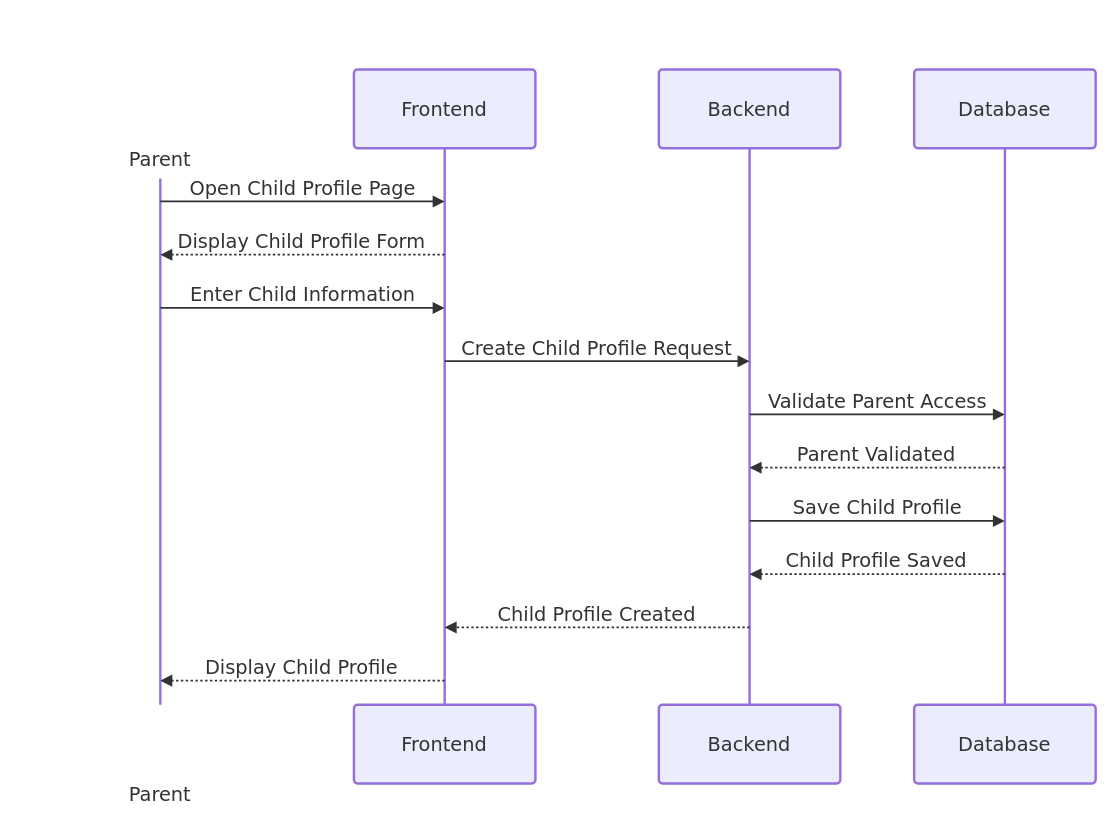
This is docs/requirements/SequenceDiagram/SequenceDiagram_CreateChildProfile_MVP_v1.0.drawio from khodadadipoone-boop/-Maniarverse-, a draw.io file, before an edit. Source tidied: cells renumbered, new cells numbered last; positions are measured from the earlier drawing's top-left corner, leaving out a move shared by most shapes. Both pictures are drawn from the tidied source at 121%, with x=0, y=0 at pixel (21, 21).
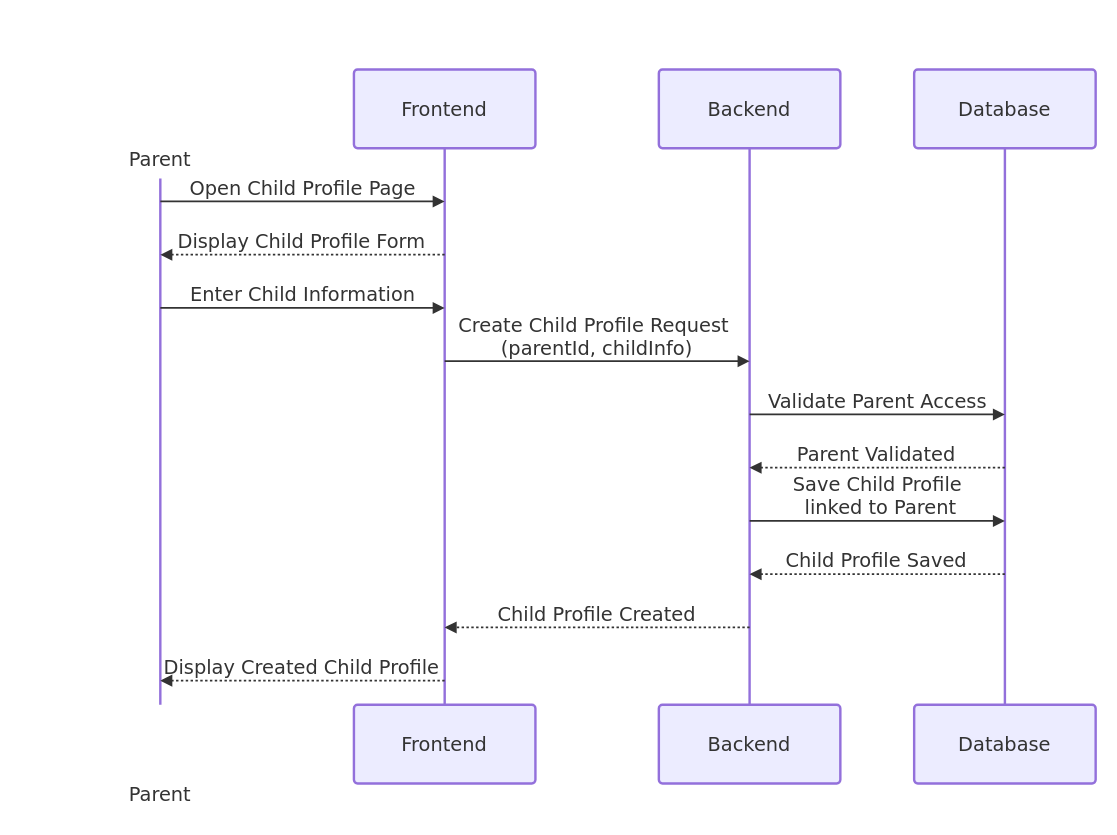
The same page after the edit.

Commit message (it also covers changes not shown here):
refine create child profile sequence diagram

The change refers to these unchanged cells:
```xml
<mxCell id="2" style="group;transparentBounds=1;editIcon=1;lockedGroup=0;groupPadding=20;" parent="1" vertex="1">
  <mxGeometry as="geometry" />
</mxCell>
```

Change to the diagram source:
```diff
@@
-    <mxCell id="14" value="Create Child Profile Request" style="endArrow=block;verticalAlign=bottom;edgeStyle=elbowEdgeStyle;elbow=vertical;curved=0;rounded=0;fontSize=16;labelBackgroundColor=none;strokeWidth=1.5;strokeColor=light-dark(#333333,#cccccc);fontColor=light-dark(#333333,#cccccc);fontFamily=Trebuchet MS,Verdana,Arial,sans-serif;" parent="2" edge="1">
+    <mxCell id="14" value="Create Child Profile Request &#10;(parentId, childInfo)" style="endArrow=block;verticalAlign=bottom;edgeStyle=elbowEdgeStyle;elbow=vertical;curved=0;rounded=0;fontSize=16;labelBackgroundColor=none;strokeWidth=1.5;strokeColor=light-dark(#333333,#cccccc);fontColor=light-dark(#333333,#cccccc);fontFamily=Trebuchet MS,Verdana,Arial,sans-serif;" parent="2" edge="1">
       <mxGeometry relative="1" as="geometry">
         <mxPoint x="350" y="281" as="sourcePoint" />
         <mxPoint x="602" y="281" as="targetPoint" />
         <Array as="points">
           <mxPoint x="476" y="281" />
         </Array>
       </mxGeometry>
     </mxCell>
@@
-    <mxCell id="17" value="Save Child Profile" style="endArrow=block;verticalAlign=bottom;edgeStyle=elbowEdgeStyle;elbow=vertical;curved=0;rounded=0;fontSize=16;labelBackgroundColor=none;strokeWidth=1.5;strokeColor=light-dark(#333333,#cccccc);fontColor=light-dark(#333333,#cccccc);fontFamily=Trebuchet MS,Verdana,Arial,sans-serif;" parent="2" edge="1">
+    <mxCell id="17" value="Save Child Profile&#10; linked to Parent" style="endArrow=block;verticalAlign=bottom;edgeStyle=elbowEdgeStyle;elbow=vertical;curved=0;rounded=0;fontSize=16;labelBackgroundColor=none;strokeWidth=1.5;strokeColor=light-dark(#333333,#cccccc);fontColor=light-dark(#333333,#cccccc);fontFamily=Trebuchet MS,Verdana,Arial,sans-serif;" parent="2" edge="1">
       <mxGeometry relative="1" as="geometry">
         <mxPoint x="602" y="413" as="sourcePoint" />
         <mxPoint x="813" y="413" as="targetPoint" />
         <Array as="points">
           <mxPoint x="708" y="413" />
         </Array>
       </mxGeometry>
     </mxCell>
@@
-    <mxCell id="20" value="Display Child Profile" style="dashed=1;fixDash=1;dashPattern=2 2;endArrow=block;verticalAlign=bottom;edgeStyle=elbowEdgeStyle;elbow=vertical;curved=0;rounded=0;fontSize=16;labelBackgroundColor=none;strokeWidth=1.5;strokeColor=light-dark(#333333,#cccccc);fontColor=light-dark(#333333,#cccccc);fontFamily=Trebuchet MS,Verdana,Arial,sans-serif;" parent="2" edge="1">
+    <mxCell id="20" value="Display Created Child Profile" style="dashed=1;fixDash=1;dashPattern=2 2;endArrow=block;verticalAlign=bottom;edgeStyle=elbowEdgeStyle;elbow=vertical;curved=0;rounded=0;fontSize=16;labelBackgroundColor=none;strokeWidth=1.5;strokeColor=light-dark(#333333,#cccccc);fontColor=light-dark(#333333,#cccccc);fontFamily=Trebuchet MS,Verdana,Arial,sans-serif;" parent="2" edge="1">
       <mxGeometry relative="1" as="geometry">
         <mxPoint x="350" y="545" as="sourcePoint" />
         <mxPoint x="115" y="545" as="targetPoint" />
         <Array as="points">
           <mxPoint x="233" y="545" />
         </Array>
       </mxGeometry>
     </mxCell>
```
